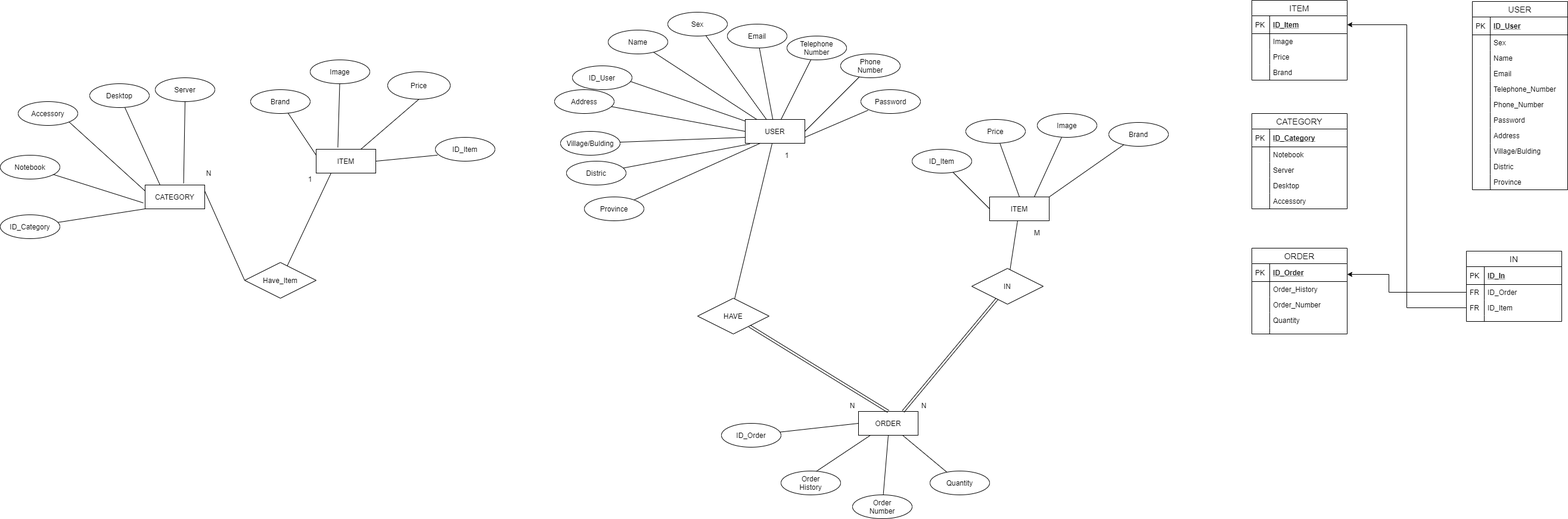
Before: allsolutionProjectEditFinal.png, a diagram exported from draw.io (Anatsrisaputh/allsolutionProject). Source tidied: cells renumbered, new cells last; positions are measured from the earlier drawing's top-left corner, leaving out a move shared by most shapes.
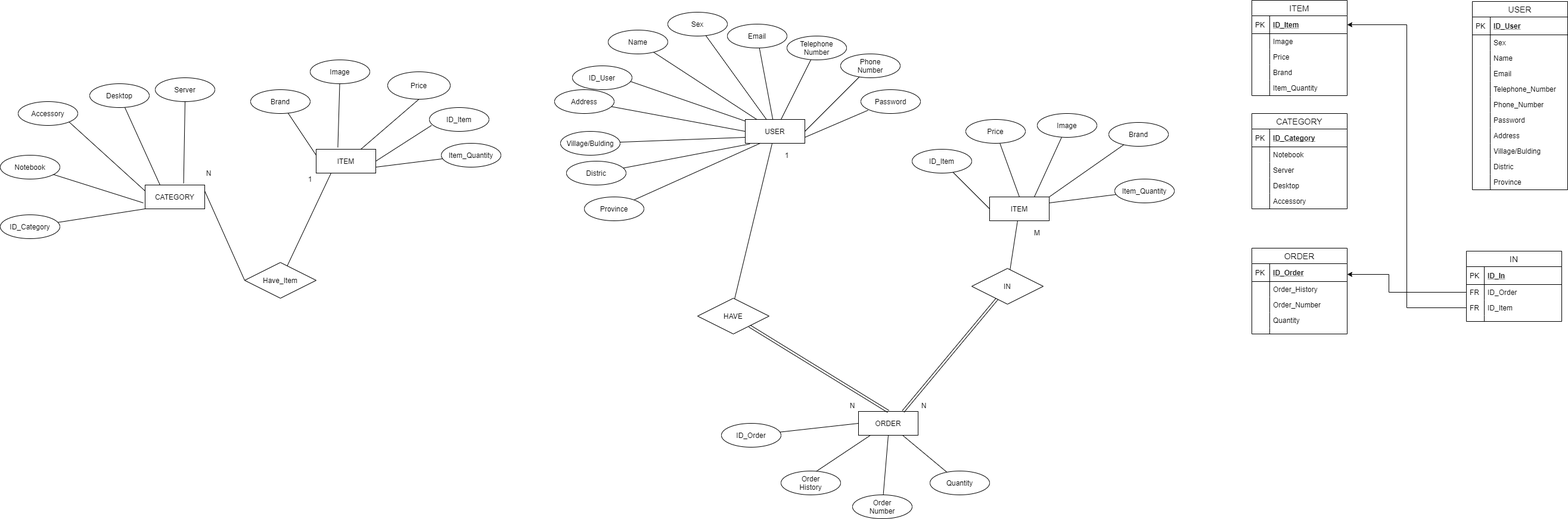
After the change.

Diff of the diagram source:
```diff
@@ -133,7 +133,7 @@
       <mxGeometry x="980" y="330" width="100" height="40" as="geometry" />
     </mxCell>
     <mxCell id="40" value="ITEM" style="swimlane;fontStyle=0;horizontal=1;startSize=26;align=center;fontSize=14;" parent="1" vertex="1">
-      <mxGeometry x="2100" width="160" height="134" as="geometry" />
+      <mxGeometry x="2100" width="160" height="160" as="geometry" />
     </mxCell>
     <mxCell id="41" value="ID_Item" style="shape=partialRectangle;top=0;left=0;right=0;bottom=1;align=left;verticalAlign=middle;fillColor=none;spacingLeft=34;spacingRight=4;overflow=hidden;points=[[0,0.5],[1,0.5]];portConstraint=eastwest;fontStyle=5;fontSize=12;" parent="40" vertex="1">
       <mxGeometry y="26" width="160" height="30" as="geometry" />
@@ -159,6 +159,12 @@
     <mxCell id="48" style="shape=partialRectangle;top=0;left=0;bottom=0;fillColor=none;align=left;verticalAlign=top;spacingLeft=4;spacingRight=4;overflow=hidden;fontSize=12;" parent="47" vertex="1">
       <mxGeometry width="30" height="26" as="geometry" />
     </mxCell>
+    <mxCell id="143" value="Item_Quantity" style="shape=partialRectangle;top=0;left=0;right=0;bottom=0;align=left;verticalAlign=top;fillColor=none;spacingLeft=34;spacingRight=4;overflow=hidden;fontSize=12;" parent="40" vertex="1">
+      <mxGeometry y="134" width="160" height="26" as="geometry" />
+    </mxCell>
+    <mxCell id="144" style="shape=partialRectangle;top=0;left=0;bottom=0;fillColor=none;align=left;verticalAlign=top;spacingLeft=4;spacingRight=4;overflow=hidden;fontSize=12;" parent="143" vertex="1">
+      <mxGeometry width="30" height="26" as="geometry" />
+    </mxCell>
     <mxCell id="49" value="USER" style="swimlane;fontStyle=0;horizontal=1;startSize=26;align=center;fontSize=14;" parent="1" vertex="1">
       <mxGeometry x="2470" y="2" width="160" height="316" as="geometry" />
     </mxCell>
@@ -290,7 +296,7 @@
       <mxGeometry x="650" y="120" width="105" height="46" as="geometry" />
     </mxCell>
     <mxCell id="90" value="ID_Item" style="ellipse;whiteSpace=wrap;html=1;align=center;" parent="1" vertex="1">
-      <mxGeometry x="730" y="230" width="100" height="40" as="geometry" />
+      <mxGeometry x="720" y="180" width="100" height="40" as="geometry" />
     </mxCell>
     <mxCell id="91" style="edgeStyle=none;rounded=0;jettySize=auto;html=1;entryX=0.25;entryY=1;entryDx=0;entryDy=0;endArrow=none;endFill=0;" parent="1" edge="1" source="93" target="76">
       <mxGeometry relative="1" as="geometry" />
@@ -448,5 +454,19 @@
     <mxCell id="142" style="shape=partialRectangle;top=0;left=0;bottom=0;fillColor=none;align=left;verticalAlign=top;spacingLeft=4;spacingRight=4;overflow=hidden;fontSize=12;" parent="141" vertex="1">
       <mxGeometry width="30" height="10" as="geometry" />
     </mxCell>
+    <mxCell id="145" style="rounded=0;jettySize=auto;html=1;entryX=1;entryY=0.75;entryDx=0;entryDy=0;endArrow=none;endFill=0;" parent="1" edge="1" source="146" target="76">
+      <mxGeometry relative="1" as="geometry" />
+    </mxCell>
+    <mxCell id="146" value="Item_Quantity" style="ellipse;whiteSpace=wrap;html=1;align=center;" parent="1" vertex="1">
+      <mxGeometry x="740" y="240" width="100" height="40" as="geometry" />
+    </mxCell>
+    <mxCell id="147" style="rounded=0;jettySize=auto;html=1;entryX=1;entryY=0.75;entryDx=0;entryDy=0;endArrow=none;endFill=0;" parent="1" edge="1" source="148">
+      <mxGeometry relative="1" as="geometry">
+        <mxPoint x="1760" y="340" as="targetPoint" />
+      </mxGeometry>
+    </mxCell>
+    <mxCell id="148" value="Item_Quantity" style="ellipse;whiteSpace=wrap;html=1;align=center;" parent="1" vertex="1">
+      <mxGeometry x="1870" y="300" width="100" height="40" as="geometry" />
+    </mxCell>
   </root>
 </mxGraphModel>
```
